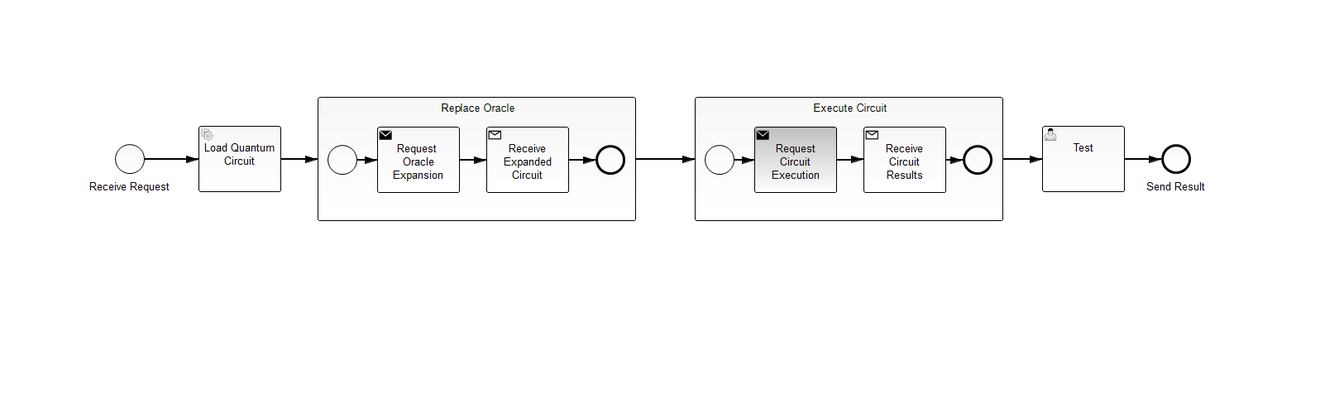
UST-QuAntiL/QuantME-UseCases keeps this BPMN diagram as process-model/src/main/resources/simons-algorithm.png. Above is the earlier version. Its source is kept beside it as process-model/src/main/resources/simons-algorithm.bpmn. Ids are renumbered.
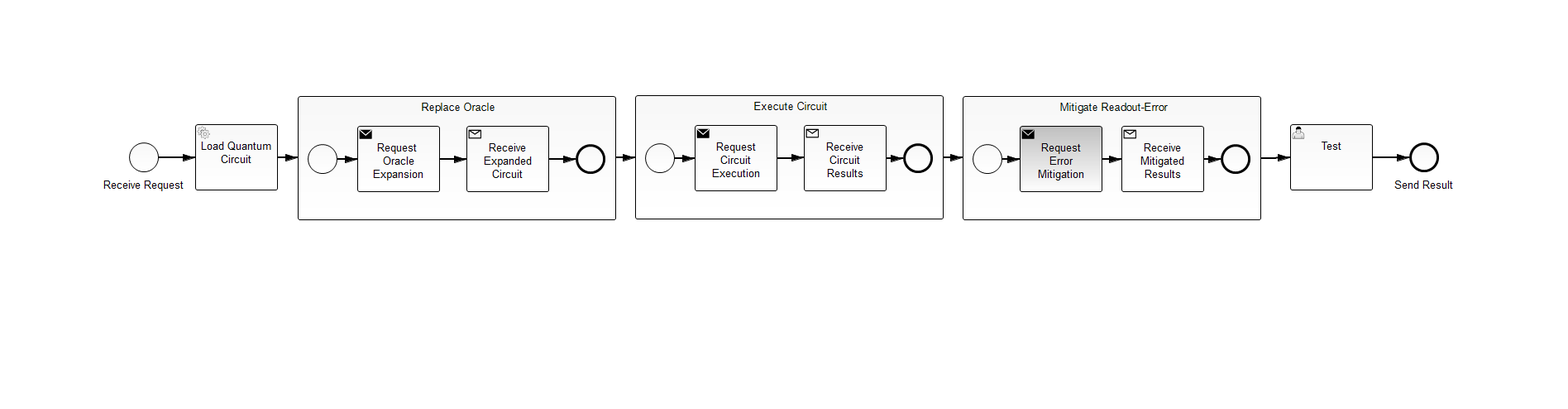
After the change.

Commit message:
Finalize circuit executor and add mitigation tasks

The edit, as a diff of the source:
```diff
@@ -2,2 +2,39 @@
   <bpmn2:process id="simons-algorithm" name="Simon's Algorithm" isExecutable="true">
+    <bpmn2:subProcess id="SubProcess_2" name="Execute Circuit">
+      <bpmn2:extensionElements>
+        <camunda:inputOutput>
+          <camunda:inputParameter name="QuantumProgrammingLanguage">Qiskit</camunda:inputParameter>
+          <camunda:inputParameter name="Provider">IBM</camunda:inputParameter>
+          <camunda:inputParameter name="QPU">ibmq_london</camunda:inputParameter>
+          <camunda:inputParameter name="CircuitId">${SubProcess_1_CircuitId}</camunda:inputParameter>
+          <camunda:inputParameter name="QuantumCircuit">${SubProcess_1_QuantumCircuit}</camunda:inputParameter>
+          <camunda:inputParameter name="ProgrammingLanguage">${SubProcess_1_ProgrammingLanguage}</camunda:inputParameter>
+          <camunda:inputParameter name="ExecutionResult">${SubProcess_1_ExecutionResult}</camunda:inputParameter>
+          <camunda:outputParameter name="SubProcess_2_CircuitId">${CircuitId}</camunda:outputParameter>
+          <camunda:outputParameter name="SubProcess_2_QuantumCircuit">${QuantumCircuit}</camunda:outputParameter>
+          <camunda:outputParameter name="SubProcess_2_ProgrammingLanguage">${ProgrammingLanguage}</camunda:outputParameter>
+          <camunda:outputParameter name="SubProcess_2_ExecutionResult">${executionResult}</camunda:outputParameter>
+        </camunda:inputOutput>
+      </bpmn2:extensionElements>
+      <bpmn2:incoming>SequenceFlow_4</bpmn2:incoming>
+      <bpmn2:outgoing>SequenceFlow_8</bpmn2:outgoing>
+      <bpmn2:startEvent id="StartEvent_3">
+        <bpmn2:outgoing>SequenceFlow_9</bpmn2:outgoing>
+      </bpmn2:startEvent>
+      <bpmn2:sendTask id="SendTask_2" camunda:class="org.quantil.quantme.simon.tasks.RequestQuantumCircuitExecutionTask" name="Request&#xD;&#xA;Circuit&#xD;&#xA;Execution">
+        <bpmn2:incoming>SequenceFlow_9</bpmn2:incoming>
+        <bpmn2:outgoing>SequenceFlow_10</bpmn2:outgoing>
+      </bpmn2:sendTask>
+      <bpmn2:sequenceFlow id="SequenceFlow_9" name="" sourceRef="StartEvent_3" targetRef="SendTask_2"/>
+      <bpmn2:sequenceFlow id="SequenceFlow_10" name="" sourceRef="SendTask_2" targetRef="ReceiveTask_2"/>
+      <bpmn2:receiveTask id="ReceiveTask_2" name="Receive&#xD;&#xA;Circuit&#xD;&#xA;Results" messageRef="Message_n2">
+        <bpmn2:incoming>SequenceFlow_10</bpmn2:incoming>
+        <bpmn2:outgoing>SequenceFlow_11</bpmn2:outgoing>
+      </bpmn2:receiveTask>
+      <bpmn2:endEvent id="EndEvent_3">
+        <bpmn2:incoming>SequenceFlow_11</bpmn2:incoming>
+      </bpmn2:endEvent>
+      <bpmn2:sequenceFlow id="SequenceFlow_11" name="" sourceRef="ReceiveTask_2" targetRef="EndEvent_3"/>
+    </bpmn2:subProcess>
+    <bpmn2:sequenceFlow id="SequenceFlow_8" name="" sourceRef="SubProcess_2" targetRef="SubProcess_3"/>
     <bpmn2:subProcess id="SubProcess_1" name="Replace Oracle">
@@ -38,39 +75,29 @@
     <bpmn2:sequenceFlow id="SequenceFlow_4" name="" sourceRef="SubProcess_1" targetRef="SubProcess_2"/>
-    <bpmn2:subProcess id="SubProcess_2" name="Execute Circuit">
-      <bpmn2:extensionElements>
-        <camunda:inputOutput>
-          <camunda:inputParameter name="QuantumProgrammingLanguage">Qiskit</camunda:inputParameter>
-          <camunda:inputParameter name="Provider">IBM</camunda:inputParameter>
-          <camunda:inputParameter name="QPU">ibmq_rome</camunda:inputParameter>
-          <camunda:inputParameter name="CircuitId">${SubProcess_1_CircuitId}</camunda:inputParameter>
-          <camunda:inputParameter name="QuantumCircuit">${SubProcess_1_QuantumCircuit}</camunda:inputParameter>
-          <camunda:inputParameter name="ProgrammingLanguage">${SubProcess_1_ProgrammingLanguage}</camunda:inputParameter>
-          <camunda:inputParameter name="ExecutionResult">${SubProcess_1_ExecutionResult}</camunda:inputParameter>
-          <camunda:outputParameter name="SubProcess_2_CircuitId">${CircuitId}</camunda:outputParameter>
-          <camunda:outputParameter name="SubProcess_2_QuantumCircuit">${QuantumCircuit}</camunda:outputParameter>
-          <camunda:outputParameter name="SubProcess_2_ProgrammingLanguage">${ProgrammingLanguage}</camunda:outputParameter>
-          <camunda:outputParameter name="SubProcess_2_ExecutionResult">${ExecutionResult}</camunda:outputParameter>
-        </camunda:inputOutput>
-      </bpmn2:extensionElements>
-      <bpmn2:incoming>SequenceFlow_4</bpmn2:incoming>
-      <bpmn2:outgoing>SequenceFlow_8</bpmn2:outgoing>
-      <bpmn2:startEvent id="StartEvent_3">
-        <bpmn2:outgoing>SequenceFlow_9</bpmn2:outgoing>
+    <bpmn2:subProcess id="SubProcess_3" name="Mitigate Readout-Error">
+      <bpmn2:incoming>SequenceFlow_8</bpmn2:incoming>
+      <bpmn2:outgoing>SequenceFlow_15</bpmn2:outgoing>
+      <bpmn2:startEvent id="StartEvent_4">
+        <bpmn2:outgoing>SequenceFlow_12</bpmn2:outgoing>
       </bpmn2:startEvent>
-      <bpmn2:sendTask id="SendTask_2" camunda:class="org.quantil.quantme.simon.tasks.RequestQuantumCircuitExecutionTask" name="Request&#xD;&#xA;Circuit&#xD;&#xA;Execution">
-        <bpmn2:incoming>SequenceFlow_9</bpmn2:incoming>
-        <bpmn2:outgoing>SequenceFlow_10</bpmn2:outgoing>
+      <bpmn2:sendTask id="SendTask_3" camunda:class="org.quantil.quantme.simon.tasks.RequestErrorMitigationTask" name="Request&#xD;&#xA;Error&#xD;&#xA;Mitigation">
+        <bpmn2:incoming>SequenceFlow_12</bpmn2:incoming>
+        <bpmn2:outgoing>SequenceFlow_13</bpmn2:outgoing>
       </bpmn2:sendTask>
-      <bpmn2:sequenceFlow id="SequenceFlow_9" name="" sourceRef="StartEvent_3" targetRef="SendTask_2"/>
-      <bpmn2:sequenceFlow id="SequenceFlow_10" name="" sourceRef="SendTask_2" targetRef="ReceiveTask_2"/>
-      <bpmn2:receiveTask id="ReceiveTask_2" name="Receive&#xD;&#xA;Circuit&#xD;&#xA;Results" messageRef="Message_n2">
-        <bpmn2:incoming>SequenceFlow_10</bpmn2:incoming>
-        <bpmn2:outgoing>SequenceFlow_11</bpmn2:outgoing>
+      <bpmn2:sequenceFlow id="SequenceFlow_12" name="" sourceRef="StartEvent_4" targetRef="SendTask_3"/>
+      <bpmn2:sequenceFlow id="SequenceFlow_13" name="" sourceRef="SendTask_3" targetRef="ReceiveTask_3"/>
+      <bpmn2:receiveTask id="ReceiveTask_3" name="Receive&#xD;&#xA;Mitigated&#xD;&#xA;Results" messageRef="Message_n3">
+        <bpmn2:incoming>SequenceFlow_13</bpmn2:incoming>
+        <bpmn2:outgoing>SequenceFlow_14</bpmn2:outgoing>
       </bpmn2:receiveTask>
-      <bpmn2:endEvent id="EndEvent_3">
-        <bpmn2:incoming>SequenceFlow_11</bpmn2:incoming>
+      <bpmn2:endEvent id="EndEvent_4">
+        <bpmn2:incoming>SequenceFlow_14</bpmn2:incoming>
       </bpmn2:endEvent>
-      <bpmn2:sequenceFlow id="SequenceFlow_11" name="" sourceRef="ReceiveTask_2" targetRef="EndEvent_3"/>
+      <bpmn2:sequenceFlow id="SequenceFlow_14" name="" sourceRef="ReceiveTask_3" targetRef="EndEvent_4"/>
     </bpmn2:subProcess>
-    <bpmn2:sequenceFlow id="SequenceFlow_8" name="" sourceRef="SubProcess_2" targetRef="UserTask_1"/>
+    <bpmn2:sequenceFlow id="SequenceFlow_15" name="" sourceRef="SubProcess_3" targetRef="UserTask_1"/>
+    <bpmn2:userTask id="UserTask_1" camunda:assignee="TestUser" name="Test">
+      <bpmn2:incoming>SequenceFlow_15</bpmn2:incoming>
+      <bpmn2:outgoing>SequenceFlow_2</bpmn2:outgoing>
+    </bpmn2:userTask>
+    <bpmn2:sequenceFlow id="SequenceFlow_2" name="" sourceRef="UserTask_1" targetRef="EndEvent_1"/>
     <bpmn2:endEvent id="EndEvent_1" name="Send Result">
@@ -96,7 +123,2 @@
     <bpmn2:sequenceFlow id="SequenceFlow_1" name="" sourceRef="StartEvent_1" targetRef="ServiceTask_1"/>
-    <bpmn2:userTask id="UserTask_1" camunda:assignee="TestUser" name="Test">
-      <bpmn2:incoming>SequenceFlow_8</bpmn2:incoming>
-      <bpmn2:outgoing>SequenceFlow_2</bpmn2:outgoing>
-    </bpmn2:userTask>
-    <bpmn2:sequenceFlow id="SequenceFlow_2" name="" sourceRef="UserTask_1" targetRef="EndEvent_1"/>
   </bpmn2:process>
@@ -104,2 +126,3 @@
   <bpmn2:message id="Message_n2" name="requestCircuitExecutionTask_${execution.processInstanceId}"/>
+  <bpmn2:message id="Message_n3" name="requestErrorMitigationTask_${execution.processInstanceId}"/>
   <bpmndi:BPMNDiagram id="BPMNDiagram_1">
@@ -107,5 +130,5 @@
       <bpmndi:BPMNShape id="_BPMNShape_StartEvent_2" bpmnElement="StartEvent_1">
-        <dc:Bounds height="36.0" width="36.0" x="139.0" y="174.0"/>
+        <dc:Bounds height="36.0" width="36.0" x="156.0" y="172.0"/>
         <bpmndi:BPMNLabel>
-          <dc:Bounds height="22.0" width="103.0" x="106.0" y="215.0"/>
+          <dc:Bounds height="22.0" width="103.0" x="123.0" y="213.0"/>
         </bpmndi:BPMNLabel>
@@ -113,8 +136,8 @@
       <bpmndi:BPMNShape id="_BPMNShape_UserTask_2" bpmnElement="UserTask_1">
-        <dc:Bounds height="80.0" width="100.0" x="1260.0" y="152.0"/>
+        <dc:Bounds height="80.0" width="100.0" x="1560.0" y="150.0"/>
       </bpmndi:BPMNShape>
       <bpmndi:BPMNShape id="_BPMNShape_EndEvent_2" bpmnElement="EndEvent_1">
-        <dc:Bounds height="36.0" width="36.0" x="1404.0" y="174.0"/>
+        <dc:Bounds height="36.0" width="36.0" x="1704.0" y="172.0"/>
         <bpmndi:BPMNLabel>
-          <dc:Bounds height="22.0" width="77.0" x="1384.0" y="215.0"/>
+          <dc:Bounds height="22.0" width="77.0" x="1684.0" y="213.0"/>
         </bpmndi:BPMNLabel>
@@ -122,6 +145,6 @@
       <bpmndi:BPMNEdge id="BPMNEdge_SequenceFlow_1" bpmnElement="SequenceFlow_1" sourceElement="_BPMNShape_StartEvent_2" targetElement="_BPMNShape_ServiceTask_2">
-        <di:waypoint xsi:type="dc:Point" x="175.0" y="192.0"/>
-        <di:waypoint xsi:type="dc:Point" x="240.0" y="192.0"/>
+        <di:waypoint xsi:type="dc:Point" x="192.0" y="190.0"/>
+        <di:waypoint xsi:type="dc:Point" x="236.0" y="190.0"/>
         <bpmndi:BPMNLabel>
-          <dc:Bounds height="6.0" width="6.0" x="225.0" y="192.0"/>
+          <dc:Bounds height="6.0" width="6.0" x="212.0" y="190.0"/>
         </bpmndi:BPMNLabel>
@@ -129,6 +152,6 @@
       <bpmndi:BPMNEdge id="BPMNEdge_SequenceFlow_2" bpmnElement="SequenceFlow_2" sourceElement="_BPMNShape_UserTask_2" targetElement="_BPMNShape_EndEvent_2">
-        <di:waypoint xsi:type="dc:Point" x="1360.0" y="192.0"/>
-        <di:waypoint xsi:type="dc:Point" x="1404.0" y="192.0"/>
+        <di:waypoint xsi:type="dc:Point" x="1660.0" y="190.0"/>
+        <di:waypoint xsi:type="dc:Point" x="1704.0" y="190.0"/>
         <bpmndi:BPMNLabel>
-          <dc:Bounds height="6.0" width="6.0" x="1365.0" y="192.0"/>
+          <dc:Bounds height="6.0" width="6.0" x="1679.0" y="190.0"/>
         </bpmndi:BPMNLabel>
@@ -136,9 +159,9 @@
       <bpmndi:BPMNShape id="_BPMNShape_ServiceTask_2" bpmnElement="ServiceTask_1">
-        <dc:Bounds height="80.0" width="100.0" x="240.0" y="152.0"/>
+        <dc:Bounds height="80.0" width="100.0" x="236.0" y="150.0"/>
       </bpmndi:BPMNShape>
       <bpmndi:BPMNEdge id="BPMNEdge_SequenceFlow_3" bpmnElement="SequenceFlow_3" sourceElement="_BPMNShape_ServiceTask_2" targetElement="_BPMNShape_SubProcess_2">
-        <di:waypoint xsi:type="dc:Point" x="340.0" y="192.0"/>
-        <di:waypoint xsi:type="dc:Point" x="384.0" y="192.0"/>
+        <di:waypoint xsi:type="dc:Point" x="336.0" y="190.0"/>
+        <di:waypoint xsi:type="dc:Point" x="360.0" y="190.0"/>
         <bpmndi:BPMNLabel>
-          <dc:Bounds height="6.0" width="6.0" x="371.0" y="192.0"/>
+          <dc:Bounds height="6.0" width="6.0" x="343.0" y="189.0"/>
         </bpmndi:BPMNLabel>
@@ -146,9 +169,9 @@
       <bpmndi:BPMNShape id="_BPMNShape_SubProcess_2" bpmnElement="SubProcess_1" isExpanded="true">
-        <dc:Bounds height="150.0" width="385.0" x="384.0" y="117.0"/>
+        <dc:Bounds height="150.0" width="385.0" x="360.0" y="116.0"/>
       </bpmndi:BPMNShape>
       <bpmndi:BPMNEdge id="BPMNEdge_SequenceFlow_4" bpmnElement="SequenceFlow_4" sourceElement="_BPMNShape_SubProcess_2" targetElement="_BPMNShape_SubProcess_3">
-        <di:waypoint xsi:type="dc:Point" x="768.0" y="192.0"/>
-        <di:waypoint xsi:type="dc:Point" x="840.0" y="192.0"/>
+        <di:waypoint xsi:type="dc:Point" x="744.0" y="191.0"/>
+        <di:waypoint xsi:type="dc:Point" x="768.0" y="190.0"/>
         <bpmndi:BPMNLabel>
-          <dc:Bounds height="6.0" width="6.0" x="789.0" y="192.0"/>
+          <dc:Bounds height="6.0" width="6.0" x="717.0" y="190.0"/>
         </bpmndi:BPMNLabel>
@@ -156,5 +179,5 @@
       <bpmndi:BPMNShape id="_BPMNShape_StartEvent_3" bpmnElement="StartEvent_2">
-        <dc:Bounds height="36.0" width="36.0" x="396.0" y="175.0"/>
+        <dc:Bounds height="36.0" width="36.0" x="372.0" y="174.0"/>
         <bpmndi:BPMNLabel>
-          <dc:Bounds height="0.0" width="0.0" x="414.0" y="216.0"/>
+          <dc:Bounds height="0.0" width="0.0" x="390.0" y="215.0"/>
         </bpmndi:BPMNLabel>
@@ -162,9 +185,9 @@
       <bpmndi:BPMNShape id="_BPMNShape_SendTask_2" bpmnElement="SendTask_1">
-        <dc:Bounds height="80.0" width="100.0" x="456.0" y="153.0"/>
+        <dc:Bounds height="80.0" width="100.0" x="432.0" y="152.0"/>
       </bpmndi:BPMNShape>
       <bpmndi:BPMNEdge id="BPMNEdge_SequenceFlow_5" bpmnElement="SequenceFlow_5" sourceElement="_BPMNShape_StartEvent_3" targetElement="_BPMNShape_SendTask_2">
-        <di:waypoint xsi:type="dc:Point" x="432.0" y="193.0"/>
-        <di:waypoint xsi:type="dc:Point" x="456.0" y="193.0"/>
+        <di:waypoint xsi:type="dc:Point" x="408.0" y="192.0"/>
+        <di:waypoint xsi:type="dc:Point" x="432.0" y="192.0"/>
         <bpmndi:BPMNLabel>
-          <dc:Bounds height="6.0" width="6.0" x="441.0" y="193.0"/>
+          <dc:Bounds height="6.0" width="6.0" x="417.0" y="192.0"/>
         </bpmndi:BPMNLabel>
@@ -172,5 +195,5 @@
       <bpmndi:BPMNShape id="_BPMNShape_EndEvent_3" bpmnElement="EndEvent_2">
-        <dc:Bounds height="36.0" width="36.0" x="720.0" y="175.0"/>
+        <dc:Bounds height="36.0" width="36.0" x="696.0" y="174.0"/>
         <bpmndi:BPMNLabel>
-          <dc:Bounds height="0.0" width="0.0" x="738.0" y="216.0"/>
+          <dc:Bounds height="0.0" width="0.0" x="714.0" y="215.0"/>
         </bpmndi:BPMNLabel>
@@ -178,6 +201,6 @@
       <bpmndi:BPMNEdge id="BPMNEdge_SequenceFlow_6" bpmnElement="SequenceFlow_6" sourceElement="_BPMNShape_SendTask_2" targetElement="_BPMNShape_ReceiveTask_2">
-        <di:waypoint xsi:type="dc:Point" x="556.0" y="193.0"/>
-        <di:waypoint xsi:type="dc:Point" x="588.0" y="193.0"/>
+        <di:waypoint xsi:type="dc:Point" x="532.0" y="192.0"/>
+        <di:waypoint xsi:type="dc:Point" x="564.0" y="192.0"/>
         <bpmndi:BPMNLabel>
-          <dc:Bounds height="6.0" width="6.0" x="566.0" y="193.0"/>
+          <dc:Bounds height="6.0" width="6.0" x="518.0" y="191.0"/>
         </bpmndi:BPMNLabel>
@@ -185,9 +208,9 @@
       <bpmndi:BPMNShape id="_BPMNShape_ReceiveTask_2" bpmnElement="ReceiveTask_1">
-        <dc:Bounds height="80.0" width="100.0" x="588.0" y="153.0"/>
+        <dc:Bounds height="80.0" width="100.0" x="564.0" y="152.0"/>
       </bpmndi:BPMNShape>
       <bpmndi:BPMNEdge id="BPMNEdge_SequenceFlow_7" bpmnElement="SequenceFlow_7" sourceElement="_BPMNShape_ReceiveTask_2" targetElement="_BPMNShape_EndEvent_3">
-        <di:waypoint xsi:type="dc:Point" x="688.0" y="193.0"/>
-        <di:waypoint xsi:type="dc:Point" x="720.0" y="193.0"/>
+        <di:waypoint xsi:type="dc:Point" x="664.0" y="192.0"/>
+        <di:waypoint xsi:type="dc:Point" x="696.0" y="192.0"/>
         <bpmndi:BPMNLabel>
-          <dc:Bounds height="6.0" width="6.0" x="704.0" y="193.0"/>
+          <dc:Bounds height="6.0" width="6.0" x="680.0" y="192.0"/>
         </bpmndi:BPMNLabel>
@@ -195,9 +218,9 @@
       <bpmndi:BPMNShape id="_BPMNShape_SubProcess_3" bpmnElement="SubProcess_2" isExpanded="true">
-        <dc:Bounds height="150.0" width="373.0" x="840.0" y="117.0"/>
+        <dc:Bounds height="150.0" width="373.0" x="768.0" y="115.0"/>
       </bpmndi:BPMNShape>
-      <bpmndi:BPMNEdge id="BPMNEdge_SequenceFlow_8" bpmnElement="SequenceFlow_8" sourceElement="_BPMNShape_SubProcess_3" targetElement="_BPMNShape_UserTask_2">
-        <di:waypoint xsi:type="dc:Point" x="1212.0" y="192.0"/>
-        <di:waypoint xsi:type="dc:Point" x="1260.0" y="192.0"/>
+      <bpmndi:BPMNEdge id="BPMNEdge_SequenceFlow_8" bpmnElement="SequenceFlow_8" sourceElement="_BPMNShape_SubProcess_3" targetElement="_BPMNShape_SubProcess_4">
+        <di:waypoint xsi:type="dc:Point" x="1140.0" y="190.0"/>
+        <di:waypoint xsi:type="dc:Point" x="1164.0" y="191.0"/>
         <bpmndi:BPMNLabel>
-          <dc:Bounds height="6.0" width="6.0" x="1214.0" y="192.0"/>
+          <dc:Bounds height="6.0" width="6.0" x="1142.0" y="188.0"/>
         </bpmndi:BPMNLabel>
@@ -205,5 +228,5 @@
       <bpmndi:BPMNShape id="_BPMNShape_StartEvent_4" bpmnElement="StartEvent_3">
-        <dc:Bounds height="36.0" width="36.0" x="852.0" y="175.0"/>
+        <dc:Bounds height="36.0" width="36.0" x="780.0" y="173.0"/>
         <bpmndi:BPMNLabel>
-          <dc:Bounds height="0.0" width="0.0" x="870.0" y="216.0"/>
+          <dc:Bounds height="0.0" width="0.0" x="798.0" y="214.0"/>
         </bpmndi:BPMNLabel>
@@ -211,9 +234,9 @@
       <bpmndi:BPMNShape id="_BPMNShape_SendTask_3" bpmnElement="SendTask_2">
-        <dc:Bounds height="80.0" width="100.0" x="912.0" y="153.0"/>
+        <dc:Bounds height="80.0" width="100.0" x="840.0" y="151.0"/>
       </bpmndi:BPMNShape>
       <bpmndi:BPMNEdge id="BPMNEdge_SequenceFlow_9" bpmnElement="SequenceFlow_9" sourceElement="_BPMNShape_StartEvent_4" targetElement="_BPMNShape_SendTask_3">
-        <di:waypoint xsi:type="dc:Point" x="888.0" y="193.0"/>
-        <di:waypoint xsi:type="dc:Point" x="912.0" y="193.0"/>
+        <di:waypoint xsi:type="dc:Point" x="816.0" y="191.0"/>
+        <di:waypoint xsi:type="dc:Point" x="840.0" y="191.0"/>
         <bpmndi:BPMNLabel>
-          <dc:Bounds height="6.0" width="6.0" x="897.0" y="193.0"/>
+          <dc:Bounds height="6.0" width="6.0" x="825.0" y="191.0"/>
         </bpmndi:BPMNLabel>
@@ -221,11 +244,11 @@
       <bpmndi:BPMNShape id="_BPMNShape_ReceiveTask_3" bpmnElement="ReceiveTask_2">
-        <dc:Bounds height="80.0" width="100.0" x="1044.0" y="153.0"/>
+        <dc:Bounds height="80.0" width="100.0" x="972.0" y="151.0"/>
       </bpmndi:BPMNShape>
       <bpmndi:BPMNEdge id="BPMNEdge_SequenceFlow_10" bpmnElement="SequenceFlow_10" sourceElement="_BPMNShape_SendTask_3" targetElement="_BPMNShape_ReceiveTask_3">
-        <di:waypoint xsi:type="dc:Point" x="1012.0" y="193.0"/>
-        <di:waypoint xsi:type="dc:Point" x="1030.0" y="193.0"/>
-        <di:waypoint xsi:type="dc:Point" x="1030.0" y="192.0"/>
-        <di:waypoint xsi:type="dc:Point" x="1044.0" y="192.0"/>
+        <di:waypoint xsi:type="dc:Point" x="940.0" y="191.0"/>
+        <di:waypoint xsi:type="dc:Point" x="958.0" y="191.0"/>
+        <di:waypoint xsi:type="dc:Point" x="958.0" y="190.0"/>
+        <di:waypoint xsi:type="dc:Point" x="972.0" y="190.0"/>
         <bpmndi:BPMNLabel>
-          <dc:Bounds height="6.0" width="6.0" x="1027.0" y="193.0"/>
+          <dc:Bounds height="6.0" width="6.0" x="955.0" y="191.0"/>
         </bpmndi:BPMNLabel>
@@ -233,5 +256,5 @@
       <bpmndi:BPMNShape id="_BPMNShape_EndEvent_4" bpmnElement="EndEvent_3">
-        <dc:Bounds height="36.0" width="36.0" x="1164.0" y="175.0"/>
+        <dc:Bounds height="36.0" width="36.0" x="1092.0" y="173.0"/>
         <bpmndi:BPMNLabel>
-          <dc:Bounds height="0.0" width="0.0" x="1182.0" y="216.0"/>
+          <dc:Bounds height="0.0" width="0.0" x="1110.0" y="214.0"/>
         </bpmndi:BPMNLabel>
@@ -239,4 +262,55 @@
       <bpmndi:BPMNEdge id="BPMNEdge_SequenceFlow_11" bpmnElement="SequenceFlow_11" sourceElement="_BPMNShape_ReceiveTask_3" targetElement="_BPMNShape_EndEvent_4">
-        <di:waypoint xsi:type="dc:Point" x="1144.0" y="193.0"/>
-        <di:waypoint xsi:type="dc:Point" x="1164.0" y="193.0"/>
+        <di:waypoint xsi:type="dc:Point" x="1072.0" y="191.0"/>
+        <di:waypoint xsi:type="dc:Point" x="1092.0" y="191.0"/>
+        <bpmndi:BPMNLabel>
+          <dc:Bounds height="6.0" width="6.0" x="1007.0" y="189.0"/>
+        </bpmndi:BPMNLabel>
+      </bpmndi:BPMNEdge>
+      <bpmndi:BPMNShape id="_BPMNShape_SubProcess_4" bpmnElement="SubProcess_3" isExpanded="true">
+        <dc:Bounds height="150.0" width="361.0" x="1164.0" y="116.0"/>
+      </bpmndi:BPMNShape>
+      <bpmndi:BPMNShape id="_BPMNShape_StartEvent_5" bpmnElement="StartEvent_4">
+        <dc:Bounds height="36.0" width="36.0" x="1176.0" y="174.0"/>
+        <bpmndi:BPMNLabel>
+          <dc:Bounds height="0.0" width="0.0" x="1194.0" y="215.0"/>
+        </bpmndi:BPMNLabel>
+      </bpmndi:BPMNShape>
+      <bpmndi:BPMNShape id="_BPMNShape_SendTask_4" bpmnElement="SendTask_3">
+        <dc:Bounds height="80.0" width="100.0" x="1233.0" y="152.0"/>
+      </bpmndi:BPMNShape>
+      <bpmndi:BPMNEdge id="BPMNEdge_SequenceFlow_12" bpmnElement="SequenceFlow_12" sourceElement="_BPMNShape_StartEvent_5" targetElement="_BPMNShape_SendTask_4">
+        <di:waypoint xsi:type="dc:Point" x="1212.0" y="192.0"/>
+        <di:waypoint xsi:type="dc:Point" x="1233.0" y="192.0"/>
+        <bpmndi:BPMNLabel>
+          <dc:Bounds height="6.0" width="6.0" x="1220.0" y="192.0"/>
+        </bpmndi:BPMNLabel>
+      </bpmndi:BPMNEdge>
+      <bpmndi:BPMNShape id="_BPMNShape_ReceiveTask_4" bpmnElement="ReceiveTask_3">
+        <dc:Bounds height="80.0" width="100.0" x="1356.0" y="152.0"/>
+      </bpmndi:BPMNShape>
+      <bpmndi:BPMNEdge id="BPMNEdge_SequenceFlow_13" bpmnElement="SequenceFlow_13" sourceElement="_BPMNShape_SendTask_4" targetElement="_BPMNShape_ReceiveTask_4">
+        <di:waypoint xsi:type="dc:Point" x="1333.0" y="192.0"/>
+        <di:waypoint xsi:type="dc:Point" x="1356.0" y="192.0"/>
+        <bpmndi:BPMNLabel>
+          <dc:Bounds height="6.0" width="6.0" x="1348.0" y="192.0"/>
+        </bpmndi:BPMNLabel>
+      </bpmndi:BPMNEdge>
+      <bpmndi:BPMNShape id="_BPMNShape_EndEvent_5" bpmnElement="EndEvent_4">
+        <dc:Bounds height="36.0" width="36.0" x="1476.0" y="174.0"/>
+        <bpmndi:BPMNLabel>
+          <dc:Bounds height="0.0" width="0.0" x="1494.0" y="215.0"/>
+        </bpmndi:BPMNLabel>
+      </bpmndi:BPMNShape>
+      <bpmndi:BPMNEdge id="BPMNEdge_SequenceFlow_14" bpmnElement="SequenceFlow_14" sourceElement="_BPMNShape_ReceiveTask_4" targetElement="_BPMNShape_EndEvent_5">
+        <di:waypoint xsi:type="dc:Point" x="1456.0" y="192.0"/>
+        <di:waypoint xsi:type="dc:Point" x="1476.0" y="192.0"/>
+      </bpmndi:BPMNEdge>
+      <bpmndi:BPMNEdge id="BPMNEdge_SequenceFlow_15" bpmnElement="SequenceFlow_15" sourceElement="_BPMNShape_SubProcess_4" targetElement="_BPMNShape_UserTask_2">
+        <di:waypoint xsi:type="dc:Point" x="1524.0" y="191.0"/>
+        <di:waypoint xsi:type="dc:Point" x="1542.0" y="191.0"/>
+        <di:waypoint xsi:type="dc:Point" x="1542.0" y="190.0"/>
+        <di:waypoint xsi:type="dc:Point" x="1560.0" y="190.0"/>
+        <bpmndi:BPMNLabel>
+          <dc:Bounds height="6.0" width="6.0" x="1541.0" y="190.0"/>
+        </bpmndi:BPMNLabel>
       </bpmndi:BPMNEdge>
```
